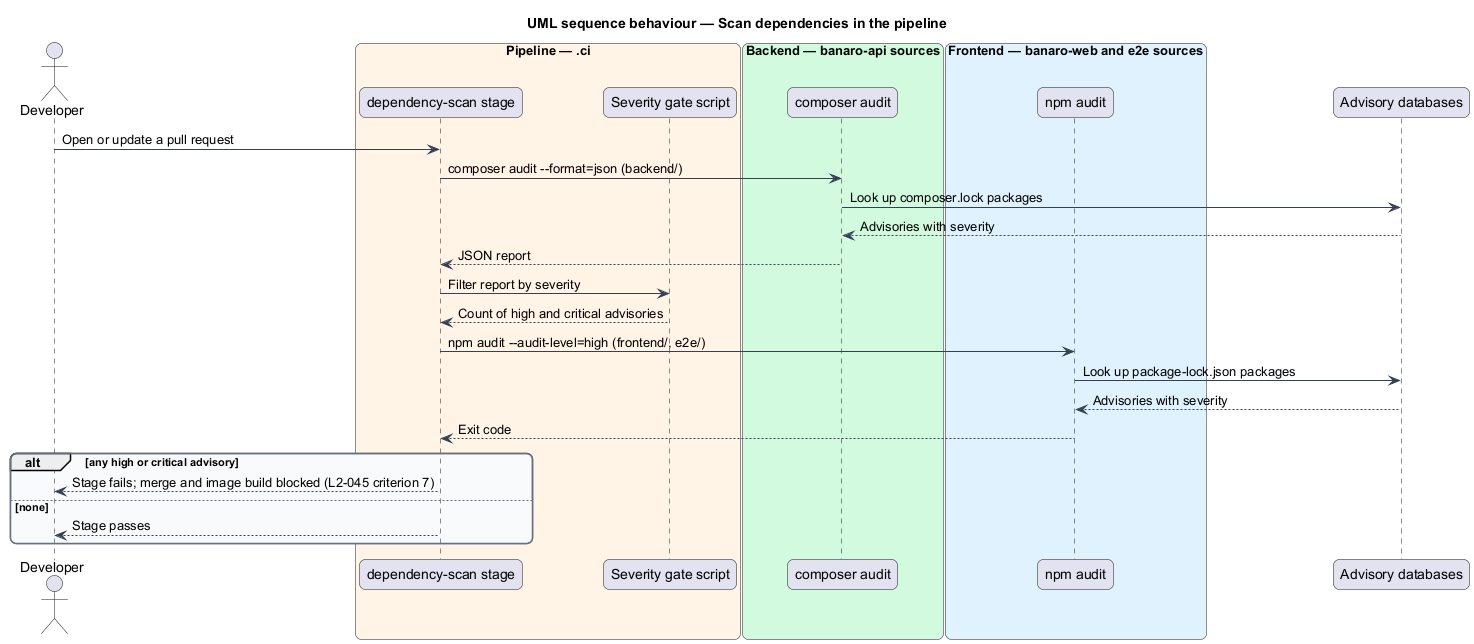
The PlantUML diagram docs/detailed-designs/security/validate-input-and-harden-transport/diagrams/sequence-dependency-scan.png in QuinntyneBrown/banaro, before a commit. Source of this version:
```plantuml
@startuml
title UML sequence behaviour — Scan dependencies in the pipeline
skinparam backgroundColor #FFFFFF
skinparam shadowing false
skinparam roundcorner 12
skinparam defaultFontName Arial
skinparam ArrowColor #344054
skinparam rectangle {
  BorderColor #344054
  FontColor #101828
}
skinparam package {
  BorderColor #667085
  FontColor #101828
  BackgroundColor #F9FAFB
}
actor "Developer" as actor
box "Pipeline — .ci" #FFF4E5
  participant "dependency-scan stage" as stage
  participant "Severity gate script" as gate
end box
box "Backend — banaro-api sources" #D1FADF
  participant "composer audit" as composer
end box
box "Frontend — banaro-web and e2e sources" #E0F2FE
  participant "npm audit" as npm
end box
participant "Advisory databases" as advisories

actor -> stage : Open or update a pull request
stage -> composer : composer audit --format=json (backend/)
composer -> advisories : Look up composer.lock packages
advisories --> composer : Advisories with severity
composer --> stage : JSON report
stage -> gate : Filter report by severity
gate --> stage : Count of high and critical advisories
stage -> npm : npm audit --audit-level=high (frontend/, e2e/)
npm -> advisories : Look up package-lock.json packages
advisories --> npm : Advisories with severity
npm --> stage : Exit code
alt any high or critical advisory
  stage --> actor : Stage fails; merge and image build blocked (L2-045 criterion 7)
else none
  stage --> actor : Stage passes
end
@enduml
```
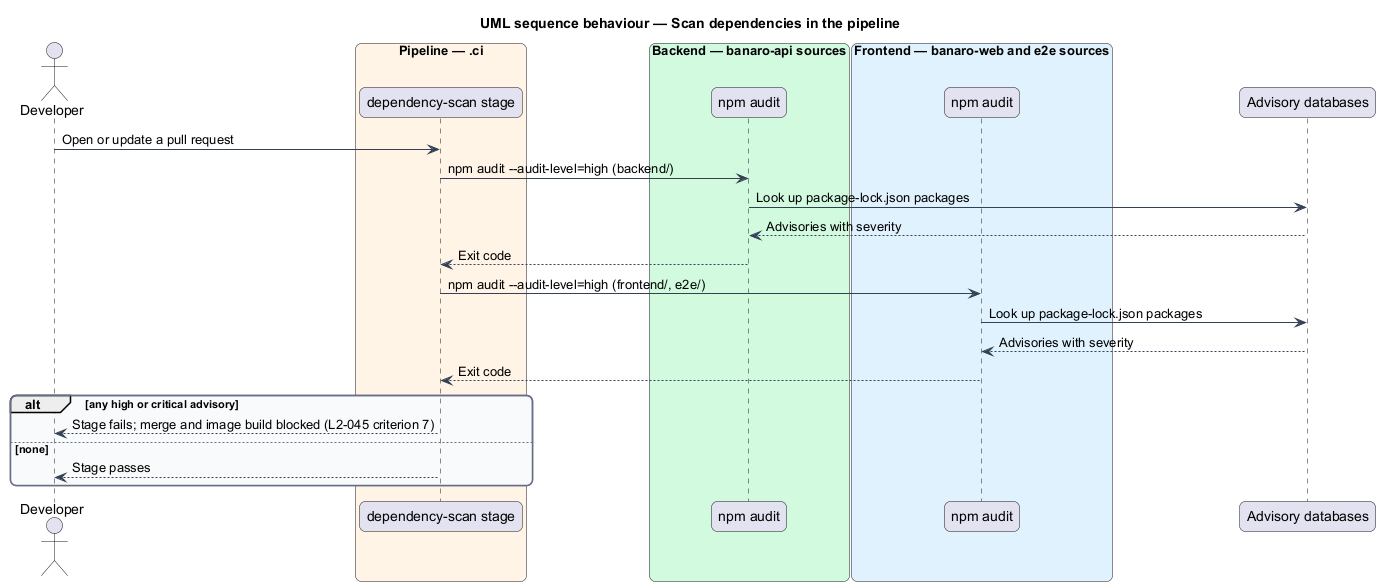
The same file after the commit.

Change to the diagram source:
```diff
@@ -17,10 +17,9 @@
 actor "Developer" as actor
 box "Pipeline — .ci" #FFF4E5
   participant "dependency-scan stage" as stage
-  participant "Severity gate script" as gate
 end box
 box "Backend — banaro-api sources" #D1FADF
-  participant "composer audit" as composer
+  participant "npm audit" as backendAudit
 end box
 box "Frontend — banaro-web and e2e sources" #E0F2FE
   participant "npm audit" as npm
@@ -28,12 +27,10 @@
 participant "Advisory databases" as advisories
 
 actor -> stage : Open or update a pull request
-stage -> composer : composer audit --format=json (backend/)
-composer -> advisories : Look up composer.lock packages
-advisories --> composer : Advisories with severity
-composer --> stage : JSON report
-stage -> gate : Filter report by severity
-gate --> stage : Count of high and critical advisories
+stage -> backendAudit : npm audit --audit-level=high (backend/)
+backendAudit -> advisories : Look up package-lock.json packages
+advisories --> backendAudit : Advisories with severity
+backendAudit --> stage : Exit code
 stage -> npm : npm audit --audit-level=high (frontend/, e2e/)
 npm -> advisories : Look up package-lock.json packages
 advisories --> npm : Advisories with severity
```
